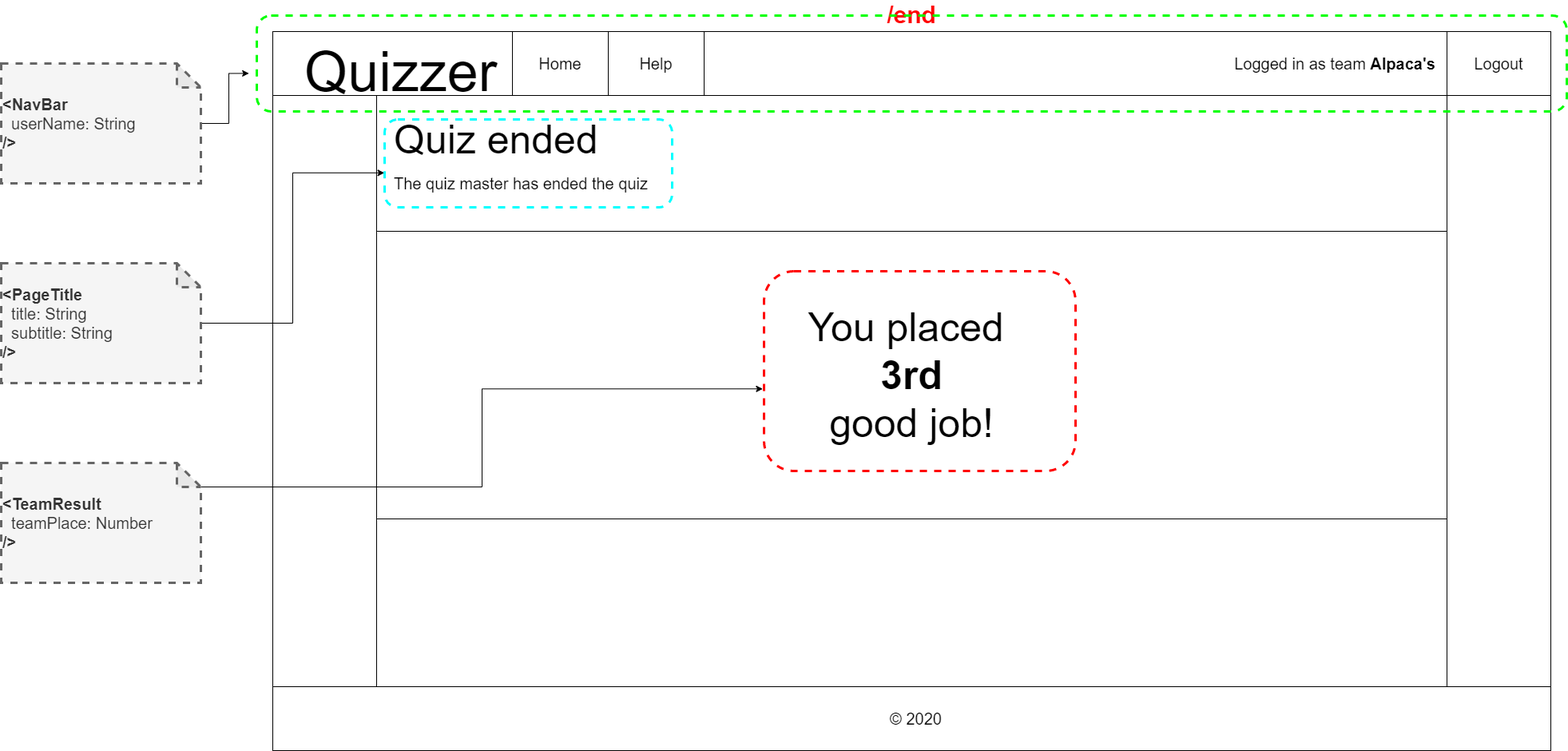
Before: docs/wireframes-with-react-components/team-end.png, a diagram exported from draw.io (IkBenDeSjaak/Quizzer). Source tidied: cells renumbered, new cells last; positions are measured from the earlier drawing's top-left corner, leaving out a move shared by most shapes.
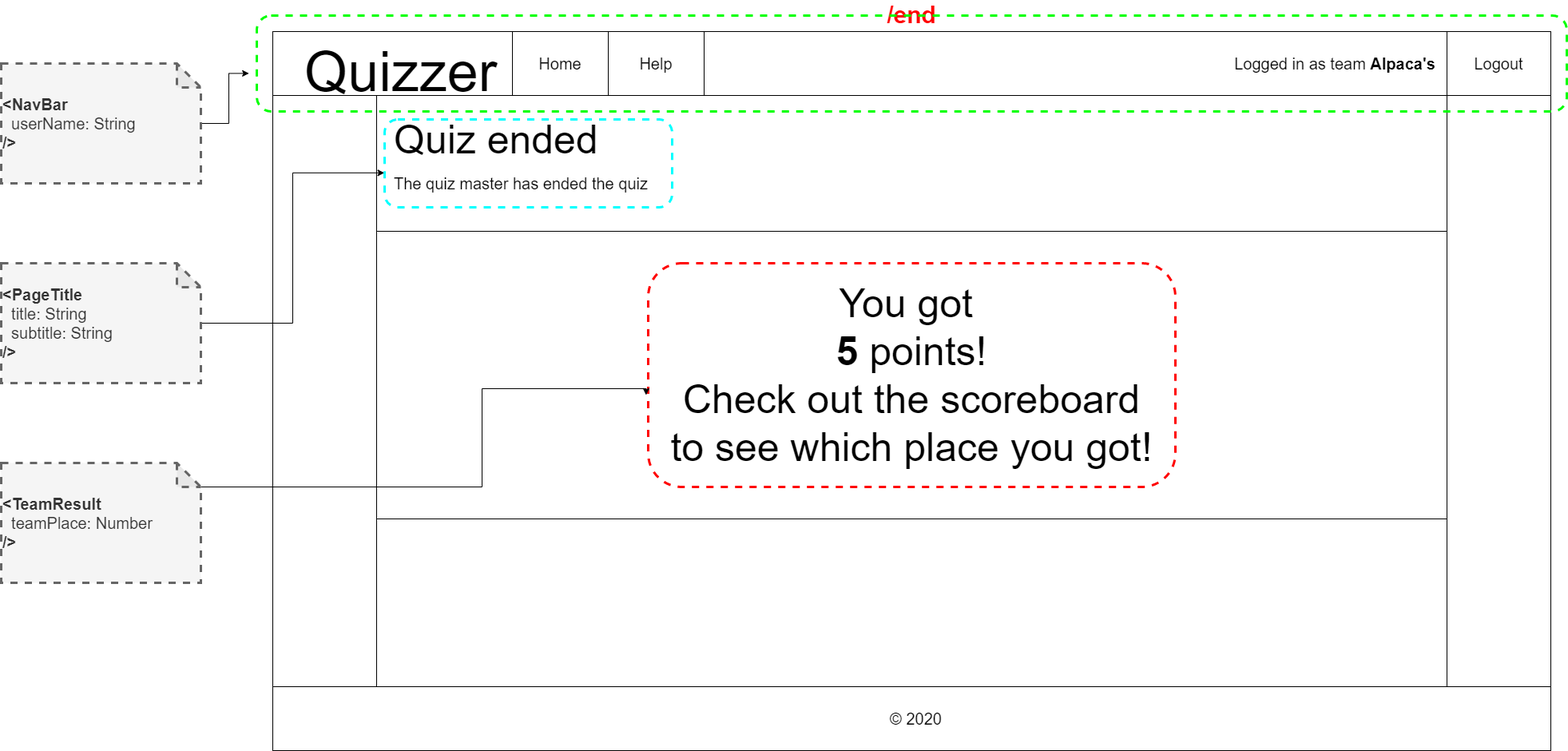
After the change.

What changed in the source:
```diff
@@ -44,7 +44,7 @@
     <mxCell id="15" value="Logout" style="rounded=0;whiteSpace=wrap;html=1;fontSize=20;" parent="2" vertex="1">
       <mxGeometry x="1470" width="130" height="80" as="geometry" />
     </mxCell>
-    <mxCell id="16" value="&lt;font style=&quot;font-size: 50px&quot;&gt;&lt;span style=&quot;font-size: 50px&quot;&gt;You placed&amp;nbsp;&lt;/span&gt;&lt;br&gt;&lt;font style=&quot;font-size: 50px&quot;&gt;&lt;b&gt;3rd&lt;/b&gt;&lt;br&gt;good job!&lt;br&gt;&lt;/font&gt;&lt;/font&gt;" style="text;html=1;strokeColor=none;fillColor=none;align=center;verticalAlign=middle;whiteSpace=wrap;rounded=0;" parent="2" vertex="1">
+    <mxCell id="16" value="&lt;font style=&quot;font-size: 50px&quot;&gt;&lt;font style=&quot;font-size: 50px&quot;&gt;You got&amp;nbsp;&lt;br&gt;&lt;b&gt;5&amp;nbsp;&lt;/b&gt;points!&lt;br&gt;Check out the scoreboard&lt;br&gt;to see which place you got!&lt;br&gt;&lt;/font&gt;&lt;/font&gt;" style="text;html=1;strokeColor=none;fillColor=none;align=center;verticalAlign=middle;whiteSpace=wrap;rounded=0;" parent="2" vertex="1">
       <mxGeometry x="130" y="250" width="1340" height="360" as="geometry" />
     </mxCell>
     <mxCell id="17" value="The quiz master has ended the quiz" style="text;html=1;strokeColor=none;fillColor=none;align=left;verticalAlign=middle;whiteSpace=wrap;rounded=0;fontSize=20;" parent="2" vertex="1">
@@ -57,7 +57,7 @@
       <mxGeometry x="140" y="110" width="360" height="110" as="geometry" />
     </mxCell>
     <mxCell id="20" style="rounded=1;whiteSpace=wrap;html=1;dashed=1;strokeWidth=3;fillColor=none;strokeColor=#FF0000;" parent="2" vertex="1">
-      <mxGeometry x="615" y="300" width="390" height="250" as="geometry" />
+      <mxGeometry x="470" y="290" width="660" height="280" as="geometry" />
     </mxCell>
     <mxCell id="21" style="edgeStyle=orthogonalEdgeStyle;rounded=0;jettySize=auto;html=1;entryX=-0.006;entryY=0.603;entryDx=0;entryDy=0;entryPerimeter=0;" parent="1" edge="1" source="22" target="18">
       <mxGeometry relative="1" as="geometry" />
```
